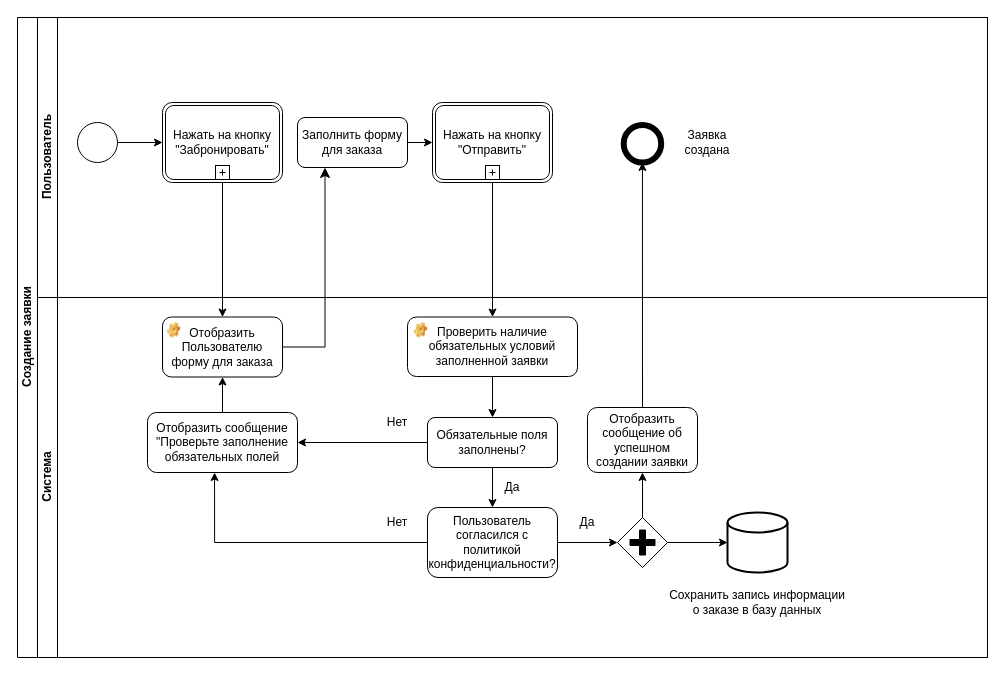
The draw.io diagram BPMN_study.drawio in pytonuserouner/UML_study, before the edit. Source tidied: cells renumbered, new cells numbered last; positions are measured from the earlier drawing's top-left corner, leaving out a move shared by most shapes. Both pictures are drawn from the tidied source at 100%, with x=0, y=0 at pixel (17, 17).
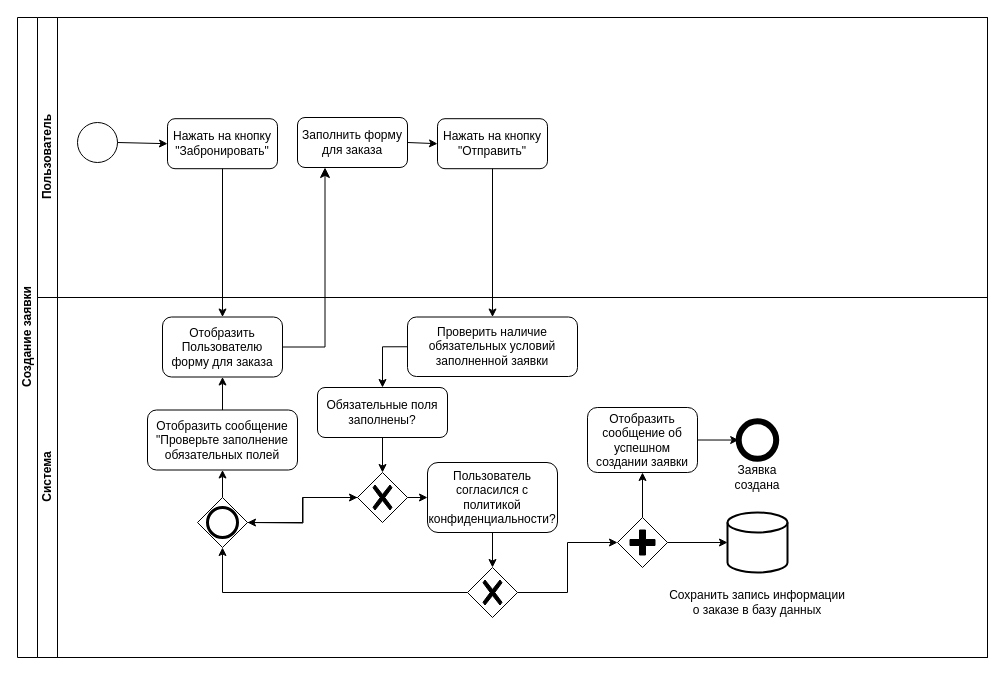
Above is the later version.

The change refers to these unchanged cells:
```xml
<mxCell id="2" value="Создание заявки" style="swimlane;html=1;horizontal=0;startSize=20;" parent="1" vertex="1">
  <mxGeometry width="970" height="640" as="geometry" />
</mxCell>
<mxCell id="3" value="Пользователь" style="swimlane;html=1;startSize=20;horizontal=0;" parent="2" vertex="1">
  <mxGeometry x="20" width="950" height="280" as="geometry" />
</mxCell>
<mxCell id="4" style="ellipse;whiteSpace=wrap;html=1;" parent="3" vertex="1">
  <mxGeometry x="40" y="105" width="40" height="40" as="geometry" />
</mxCell>
<mxCell id="6" value="Заполнить форму для заказа" style="rounded=1;whiteSpace=wrap;html=1;" parent="3" vertex="1">
  <mxGeometry x="260" y="100" width="110" height="50" as="geometry" />
</mxCell>
<mxCell id="14" value="Система" style="swimlane;html=1;startSize=20;horizontal=0;" parent="2" vertex="1">
  <mxGeometry x="20" y="280" width="950" height="360" as="geometry" />
</mxCell>
<mxCell id="15" value="Отобразить Пользователю форму для заказа" style="rounded=1;whiteSpace=wrap;html=1;" parent="14" vertex="1">
  <mxGeometry x="125" y="19.5" width="120" height="60" as="geometry" />
</mxCell>
<mxCell id="21" value="Проверить наличие обязательных условий заполненной заявки" style="rounded=1;whiteSpace=wrap;html=1;" parent="14" vertex="1">
  <mxGeometry x="370" y="19.5" width="170" height="59.5" as="geometry" />
</mxCell>
<mxCell id="30" style="points=[[0.25,0.25,0],[0.5,0,0],[0.75,0.25,0],[1,0.5,0],[0.75,0.75,0],[0.5,1,0],[0.25,0.75,0],[0,0.5,0]];shape=mxgraph.bpmn.gateway2;html=1;verticalLabelPosition=bottom;labelBackgroundColor=#ffffff;verticalAlign=top;align=center;perimeter=rhombusPerimeter;outlineConnect=0;outline=none;symbol=none;gwType=parallel;" parent="14" vertex="1">
  <mxGeometry x="580" y="220" width="50" height="50" as="geometry" />
</mxCell>
<mxCell id="33" value="Отобразить сообщение об успешном создании заявки" style="rounded=1;whiteSpace=wrap;html=1;" parent="14" vertex="1">
  <mxGeometry x="550" y="110" width="110" height="65" as="geometry" />
</mxCell>
```

Diff of the diagram source:
```diff
@@
-    <mxCell id="5" style="endArrow=classic;html=1;rounded=0;exitX=1;exitY=0.5;exitDx=0;exitDy=0;entryX=0;entryY=0.5;entryDx=0;entryDy=0;entryPerimeter=0;" parent="3" edge="1" source="4" target="10">
+    <mxCell id="5" style="endArrow=classic;html=1;rounded=0;exitX=1;exitY=0.5;exitDx=0;exitDy=0;entryX=0;entryY=0.5;entryDx=0;entryDy=0;" parent="3" edge="1" source="4" target="10">
       <mxGeometry relative="1" as="geometry" />
     </mxCell>
@@
-    <mxCell id="7" style="ellipse;whiteSpace=wrap;html=1;strokeWidth=6;" parent="3" vertex="1">
-      <mxGeometry x="586.2" y="107.5" width="37.5" height="37.5" as="geometry" />
-    </mxCell>
-    <mxCell id="8" value="Заявка создана" style="text;html=1;align=center;verticalAlign=middle;whiteSpace=wrap;rounded=0;" parent="3" vertex="1">
-      <mxGeometry x="640" y="110" width="60" height="30" as="geometry" />
-    </mxCell>
-    <mxCell id="9" style="endArrow=classic;html=1;rounded=0;exitX=1;exitY=0.5;exitDx=0;exitDy=0;entryX=0;entryY=0.5;entryDx=0;entryDy=0;entryPerimeter=0;" parent="3" edge="1" source="6" target="11">
+    <mxCell id="9" style="endArrow=classic;html=1;rounded=0;exitX=1;exitY=0.5;exitDx=0;exitDy=0;entryX=0;entryY=0.5;entryDx=0;entryDy=0;" parent="3" edge="1" source="6" target="11">
       <mxGeometry relative="1" as="geometry" />
     </mxCell>
-    <mxCell id="10" value="Нажать на кнопку &quot;Забронировать&quot;" style="points=[[0.25,0,0],[0.5,0,0],[0.75,0,0],[1,0.25,0],[1,0.5,0],[1,0.75,0],[0.75,1,0],[0.5,1,0],[0.25,1,0],[0,0.75,0],[0,0.5,0],[0,0.25,0]];shape=mxgraph.bpmn.task;whiteSpace=wrap;rectStyle=rounded;size=10;html=1;taskMarker=abstract;bpmnShapeType=transaction;isLoopSub=1;" parent="3" vertex="1">
-      <mxGeometry x="125" y="85" width="120" height="80" as="geometry" />
+    <mxCell id="10" value="Нажать на кнопку &quot;Забронировать&quot;" style="rounded=1;whiteSpace=wrap;html=1;" parent="3" vertex="1">
+      <mxGeometry x="130" y="101.2" width="110" height="50" as="geometry" />
     </mxCell>
-    <mxCell id="11" value="Нажать на кнопку &quot;Отправить&quot;" style="points=[[0.25,0,0],[0.5,0,0],[0.75,0,0],[1,0.25,0],[1,0.5,0],[1,0.75,0],[0.75,1,0],[0.5,1,0],[0.25,1,0],[0,0.75,0],[0,0.5,0],[0,0.25,0]];shape=mxgraph.bpmn.task;whiteSpace=wrap;rectStyle=rounded;size=10;html=1;taskMarker=abstract;bpmnShapeType=transaction;isLoopSub=1;" parent="3" vertex="1">
-      <mxGeometry x="395" y="85" width="120" height="80" as="geometry" />
+    <mxCell id="11" value="Нажать на кнопку &quot;Отправить&quot;" style="rounded=1;whiteSpace=wrap;html=1;" parent="3" vertex="1">
+      <mxGeometry x="400" y="101.2" width="110" height="50" as="geometry" />
     </mxCell>
-    <mxCell id="12" style="endArrow=classic;html=1;rounded=0;exitX=0.5;exitY=1;exitDx=0;exitDy=0;entryX=0.5;entryY=0;entryDx=0;entryDy=0;exitPerimeter=0;" parent="2" edge="1" source="10" target="15">
+    <mxCell id="12" style="endArrow=classic;html=1;rounded=0;entryX=0.5;entryY=0;entryDx=0;entryDy=0;exitX=0.5;exitY=1;exitDx=0;exitDy=0;" parent="2" edge="1" source="10" target="15">
       <mxGeometry relative="1" as="geometry" />
     </mxCell>
@@
-    <mxCell id="17" style="shape=image;html=1;verticalLabelPosition=bottom;verticalAlign=top;imageAspect=1;image=img/clipart/Gear_128x128.png;" parent="14" vertex="1">
-      <mxGeometry x="130" y="25" width="13.2" height="15.5" as="geometry" />
-    </mxCell>
@@
-    <mxCell id="19" value="Обязательные поля заполнены?" style="rounded=1;whiteSpace=wrap;html=1;" parent="14" vertex="1">
-      <mxGeometry x="390" y="120" width="130" height="50" as="geometry" />
-    </mxCell>
-    <mxCell id="20" value="Пользователь согласился с политикой конфиденциальности?" style="rounded=1;whiteSpace=wrap;html=1;" parent="14" vertex="1">
-      <mxGeometry x="390" y="210" width="130" height="70" as="geometry" />
-    </mxCell>
@@
-    <mxCell id="22" style="shape=image;html=1;verticalLabelPosition=bottom;verticalAlign=top;imageAspect=1;image=img/clipart/Gear_128x128.png;" parent="14" vertex="1">
-      <mxGeometry x="376.8" y="25" width="13.2" height="15.5" as="geometry" />
-    </mxCell>
-    <mxCell id="23" style="endArrow=classic;html=1;rounded=0;exitX=0.5;exitY=1;exitDx=0;exitDy=0;" parent="14" edge="1" source="21" target="19">
+    <mxCell id="23" style="endArrow=classic;html=1;rounded=0;exitX=0;exitY=0.5;exitDx=0;exitDy=0;entryX=0.5;entryY=0;entryDx=0;entryDy=0;edgeStyle=orthogonalEdgeStyle;" parent="14" edge="1" source="21" target="19">
       <mxGeometry relative="1" as="geometry" />
     </mxCell>
-    <mxCell id="24" value="Нет" style="text;html=1;align=center;verticalAlign=middle;whiteSpace=wrap;rounded=0;" parent="14" vertex="1">
-      <mxGeometry x="330" y="110" width="60" height="30" as="geometry" />
-    </mxCell>
-    <mxCell id="25" style="endArrow=classic;html=1;rounded=0;exitX=0.5;exitY=0;exitDx=0;exitDy=0;entryX=0.5;entryY=1;entryDx=0;entryDy=0;" parent="14" edge="1" target="15">
-      <mxGeometry relative="1" as="geometry">
-        <mxPoint x="185" y="120" as="sourcePoint" />
-      </mxGeometry>
+    <mxCell id="25" style="endArrow=classic;html=1;rounded=0;exitX=0.5;exitY=0;exitDx=0;exitDy=0;entryX=0.5;entryY=1;entryDx=0;entryDy=0;" parent="14" edge="1" source="35" target="15">
+      <mxGeometry relative="1" as="geometry" />
     </mxCell>
-    <mxCell id="26" style="endArrow=classic;html=1;rounded=0;exitX=0.5;exitY=1;exitDx=0;exitDy=0;entryX=0.5;entryY=0;entryDx=0;entryDy=0;" parent="14" edge="1" source="19" target="20">
+    <mxCell id="26" style="endArrow=classic;html=1;rounded=0;exitX=1;exitY=0.5;exitDx=0;exitDy=0;entryX=0;entryY=0.5;entryDx=0;entryDy=0;exitPerimeter=0;" parent="14" edge="1" source="40" target="20">
       <mxGeometry relative="1" as="geometry" />
     </mxCell>
-    <mxCell id="27" value="Да" style="text;html=1;align=center;verticalAlign=middle;whiteSpace=wrap;rounded=0;" parent="14" vertex="1">
-      <mxGeometry x="445" y="175" width="60" height="30" as="geometry" />
-    </mxCell>
-    <mxCell id="28" value="Нет" style="text;html=1;align=center;verticalAlign=middle;whiteSpace=wrap;rounded=0;" parent="14" vertex="1">
-      <mxGeometry x="330" y="210" width="60" height="30" as="geometry" />
-    </mxCell>
-    <mxCell id="29" value="Да" style="text;html=1;align=center;verticalAlign=middle;whiteSpace=wrap;rounded=0;" parent="14" vertex="1">
-      <mxGeometry x="520" y="210" width="60" height="30" as="geometry" />
-    </mxCell>
@@
-    <mxCell id="31" style="endArrow=classic;html=1;rounded=0;exitX=1;exitY=0.5;exitDx=0;exitDy=0;entryX=0;entryY=0.5;entryDx=0;entryDy=0;entryPerimeter=0;" parent="14" edge="1" source="20" target="30">
+    <mxCell id="31" style="endArrow=classic;html=1;rounded=0;exitX=1;exitY=0.5;exitDx=0;exitDy=0;entryX=0;entryY=0.5;entryDx=0;entryDy=0;entryPerimeter=0;exitPerimeter=0;edgeStyle=orthogonalEdgeStyle;" parent="14" edge="1" source="41" target="30">
       <mxGeometry relative="1" as="geometry" />
     </mxCell>
@@
-    <mxCell id="35" value="Отобразить сообщение &quot;Проверьте заполнение обязательных полей" style="rounded=1;whiteSpace=wrap;html=1;" parent="14" vertex="1">
-      <mxGeometry x="110" y="115" width="150" height="60" as="geometry" />
-    </mxCell>
-    <mxCell id="36" style="endArrow=classic;html=1;rounded=0;entryX=1;entryY=0.5;entryDx=0;entryDy=0;exitX=0;exitY=0.5;exitDx=0;exitDy=0;" parent="14" edge="1" source="19" target="35">
-      <mxGeometry relative="1" as="geometry" />
+    <mxCell id="36" style="endArrow=classic;html=1;rounded=0;exitX=0;exitY=0.5;exitDx=0;exitDy=0;exitPerimeter=0;entryX=1;entryY=0.5;entryDx=0;entryDy=0;entryPerimeter=0;edgeStyle=orthogonalEdgeStyle;" parent="14" edge="1" source="40">
+      <mxGeometry relative="1" as="geometry">
+        <mxPoint x="210" y="225" as="targetPoint" />
+      </mxGeometry>
     </mxCell>
-    <mxCell id="37" style="endArrow=classic;html=1;rounded=0;exitX=0;exitY=0.5;exitDx=0;exitDy=0;entryX=0.447;entryY=1;entryDx=0;entryDy=0;entryPerimeter=0;edgeStyle=orthogonalEdgeStyle;" parent="14" edge="1" source="20" target="35">
+    <mxCell id="37" style="endArrow=classic;html=1;rounded=0;exitX=0;exitY=0.5;exitDx=0;exitDy=0;edgeStyle=orthogonalEdgeStyle;exitPerimeter=0;entryX=0.5;entryY=1;entryDx=0;entryDy=0;entryPerimeter=0;" parent="14" edge="1" source="41" target="46">
       <mxGeometry relative="1" as="geometry" />
     </mxCell>
+    <mxCell id="7" style="ellipse;whiteSpace=wrap;html=1;strokeWidth=6;" parent="14" vertex="1">
+      <mxGeometry x="701.2" y="123.8" width="37.5" height="37.5" as="geometry" />
+    </mxCell>
+    <mxCell id="39" style="endArrow=classic;html=1;rounded=0;exitX=1;exitY=0.5;exitDx=0;exitDy=0;entryX=0;entryY=0.5;entryDx=0;entryDy=0;" parent="14" edge="1" source="33" target="7">
+      <mxGeometry relative="1" as="geometry" />
+    </mxCell>
+    <mxCell id="8" value="Заявка создана" style="text;html=1;align=center;verticalAlign=middle;whiteSpace=wrap;rounded=0;" parent="14" vertex="1">
+      <mxGeometry x="690" y="165" width="60" height="30" as="geometry" />
+    </mxCell>
+    <mxCell id="40" style="points=[[0.25,0.25,0],[0.5,0,0],[0.75,0.25,0],[1,0.5,0],[0.75,0.75,0],[0.5,1,0],[0.25,0.75,0],[0,0.5,0]];shape=mxgraph.bpmn.gateway2;html=1;verticalLabelPosition=bottom;labelBackgroundColor=#ffffff;verticalAlign=top;align=center;perimeter=rhombusPerimeter;outlineConnect=0;outline=none;symbol=none;gwType=exclusive;" parent="14" vertex="1">
+      <mxGeometry x="320" y="175" width="50" height="50" as="geometry" />
+    </mxCell>
+    <mxCell id="41" style="points=[[0.25,0.25,0],[0.5,0,0],[0.75,0.25,0],[1,0.5,0],[0.75,0.75,0],[0.5,1,0],[0.25,0.75,0],[0,0.5,0]];shape=mxgraph.bpmn.gateway2;html=1;verticalLabelPosition=bottom;labelBackgroundColor=#ffffff;verticalAlign=top;align=center;perimeter=rhombusPerimeter;outlineConnect=0;outline=none;symbol=none;gwType=exclusive;" parent="14" vertex="1">
+      <mxGeometry x="430" y="270" width="50" height="50" as="geometry" />
+    </mxCell>
+    <mxCell id="19" value="Обязательные поля заполнены?" style="rounded=1;whiteSpace=wrap;html=1;" parent="14" vertex="1">
+      <mxGeometry x="280" y="90" width="130" height="50" as="geometry" />
+    </mxCell>
+    <mxCell id="42" style="endArrow=classic;html=1;rounded=0;entryX=0.5;entryY=0;entryDx=0;entryDy=0;entryPerimeter=0;exitX=0.5;exitY=1;exitDx=0;exitDy=0;" parent="14" edge="1" source="19" target="40">
+      <mxGeometry relative="1" as="geometry" />
+    </mxCell>
+    <mxCell id="35" value="Отобразить сообщение &quot;Проверьте заполнение обязательных полей" style="rounded=1;whiteSpace=wrap;html=1;" parent="14" vertex="1">
+      <mxGeometry x="110" y="112.5" width="150" height="60" as="geometry" />
+    </mxCell>
+    <mxCell id="20" value="Пользователь согласился с политикой конфиденциальности?" style="rounded=1;whiteSpace=wrap;html=1;" parent="14" vertex="1">
+      <mxGeometry x="390" y="165" width="130" height="70" as="geometry" />
+    </mxCell>
+    <mxCell id="43" style="endArrow=classic;html=1;rounded=0;exitX=0.5;exitY=0;exitDx=0;exitDy=0;exitPerimeter=0;entryX=0.5;entryY=1;entryDx=0;entryDy=0;" parent="14" edge="1" source="46" target="35">
+      <mxGeometry relative="1" as="geometry" />
+    </mxCell>
+    <mxCell id="44" style="edgeStyle=orthogonalEdgeStyle;rounded=0;jettySize=auto;html=1;exitX=1;exitY=0.5;exitDx=0;exitDy=0;exitPerimeter=0;" parent="14" edge="1" source="46" target="40">
+      <mxGeometry relative="1" as="geometry" />
+    </mxCell>
+    <mxCell id="45" style="endArrow=classic;html=1;rounded=0;exitX=0.5;exitY=1;exitDx=0;exitDy=0;entryX=0.5;entryY=0;entryDx=0;entryDy=0;entryPerimeter=0;" parent="14" edge="1" source="20" target="41">
+      <mxGeometry relative="1" as="geometry" />
+    </mxCell>
+    <mxCell id="46" style="points=[[0.25,0.25,0],[0.5,0,0],[0.75,0.25,0],[1,0.5,0],[0.75,0.75,0],[0.5,1,0],[0.25,0.75,0],[0,0.5,0]];shape=mxgraph.bpmn.gateway2;html=1;verticalLabelPosition=bottom;labelBackgroundColor=#ffffff;verticalAlign=top;align=center;perimeter=rhombusPerimeter;outlineConnect=0;outline=end;symbol=general;" parent="14" vertex="1">
+      <mxGeometry x="160" y="200" width="50" height="50" as="geometry" />
+    </mxCell>
-    <mxCell id="38" style="endArrow=classic;html=1;rounded=0;exitX=0.5;exitY=1;exitDx=0;exitDy=0;entryX=0.5;entryY=0;entryDx=0;entryDy=0;exitPerimeter=0;" parent="2" edge="1" source="11" target="21">
+    <mxCell id="38" style="endArrow=classic;html=1;rounded=0;exitX=0.5;exitY=1;exitDx=0;exitDy=0;entryX=0.5;entryY=0;entryDx=0;entryDy=0;" parent="2" edge="1" source="11" target="21">
       <mxGeometry relative="1" as="geometry" />
     </mxCell>
-    <mxCell id="39" style="endArrow=classic;html=1;rounded=0;exitX=0.5;exitY=0;exitDx=0;exitDy=0;entryX=0.5;entryY=1;entryDx=0;entryDy=0;" parent="2" edge="1" source="33" target="7">
-      <mxGeometry relative="1" as="geometry" />
-    </mxCell>
```
